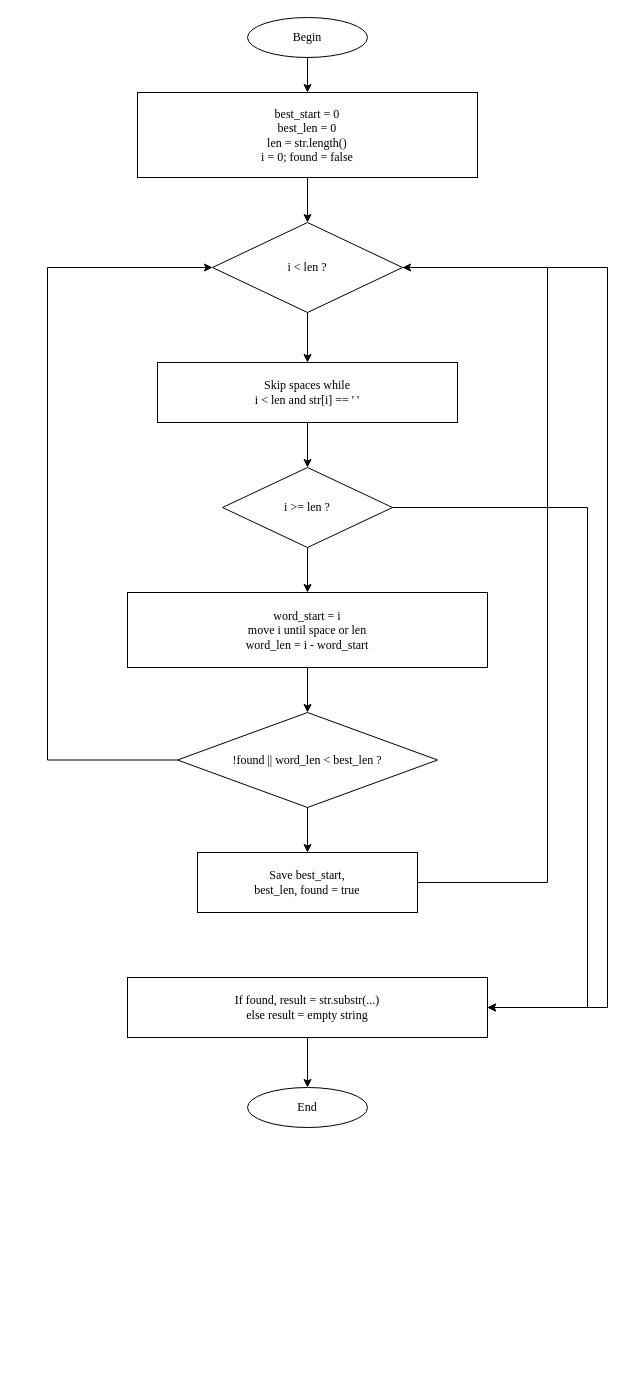
Above: page "shortestWord string" (2 of 3) of LAB2_1/LAB2_1.drawio in st93642/TSI (draw.io), before the change. Source tidied: cells renumbered, new cells numbered last; positions are measured from the earlier drawing's top-left corner, leaving out a move shared by most shapes. Both pictures are drawn from the tidied source at 100%, with x=0, y=0 at pixel (47, 17).
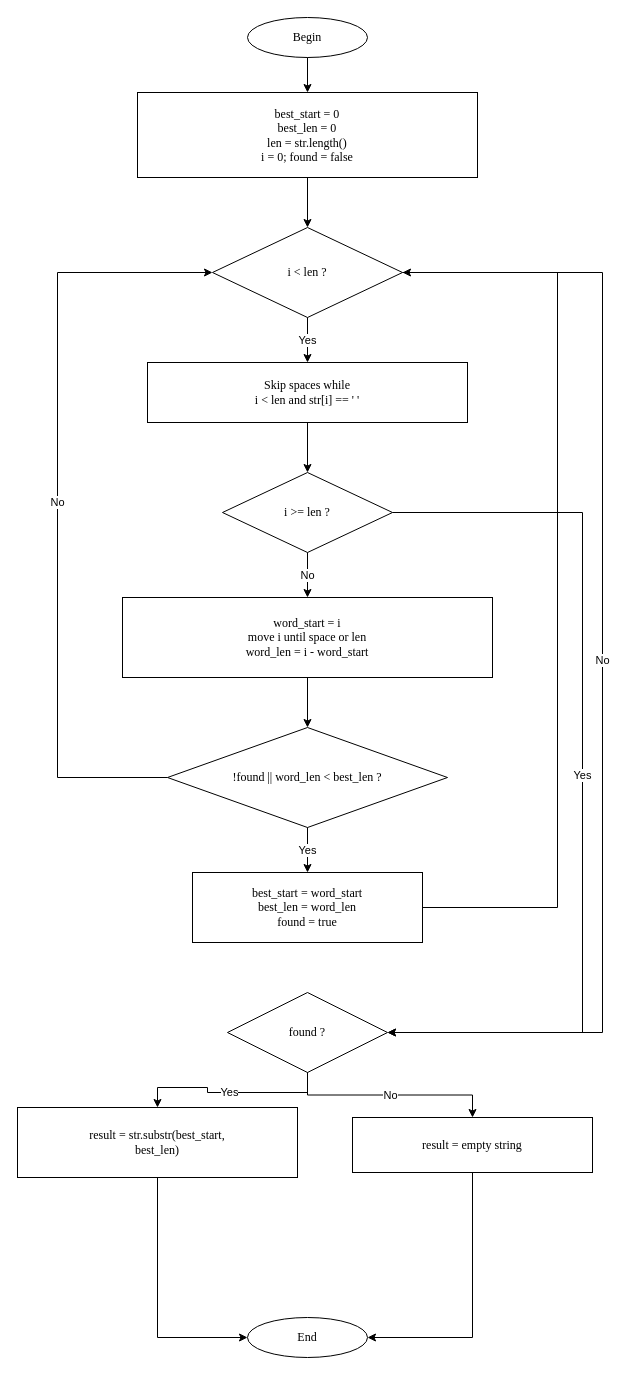
After the change.

Diff of the diagram source:
```diff
@@
     <mxCell id="4" value="i &lt; len ?" style="rhombus;whiteSpace=wrap;html=1;fontFamily=Times New Roman;fontSize=12;" parent="1" vertex="1">
-      <mxGeometry x="165" y="205" width="190" height="90" as="geometry" />
+      <mxGeometry x="165" y="210" width="190" height="90" as="geometry" />
     </mxCell>
     <mxCell id="5" value="Skip spaces while&lt;br&gt;i &lt; len and str[i] == ' '" style="rounded=0;whiteSpace=wrap;html=1;fontFamily=Times New Roman;fontSize=12;" parent="1" vertex="1">
-      <mxGeometry x="110" y="345" width="300" height="60" as="geometry" />
+      <mxGeometry x="100" y="345" width="320" height="60" as="geometry" />
     </mxCell>
     <mxCell id="6" value="i &gt;= len ?" style="rhombus;whiteSpace=wrap;html=1;fontFamily=Times New Roman;fontSize=12;" parent="1" vertex="1">
-      <mxGeometry x="175" y="450" width="170" height="80" as="geometry" />
+      <mxGeometry x="175" y="455" width="170" height="80" as="geometry" />
     </mxCell>
     <mxCell id="7" value="word_start = i&lt;br&gt;move i until space or len&lt;br&gt;word_len = i - word_start" style="rounded=0;whiteSpace=wrap;html=1;fontFamily=Times New Roman;fontSize=12;" parent="1" vertex="1">
-      <mxGeometry x="80" y="575" width="360" height="75" as="geometry" />
+      <mxGeometry x="75" y="580" width="370" height="80" as="geometry" />
     </mxCell>
     <mxCell id="8" value="!found || word_len &lt; best_len ?" style="rhombus;whiteSpace=wrap;html=1;fontFamily=Times New Roman;fontSize=12;" parent="1" vertex="1">
-      <mxGeometry x="130" y="695" width="260" height="95" as="geometry" />
+      <mxGeometry x="120" y="710" width="280" height="100" as="geometry" />
     </mxCell>
-    <mxCell id="9" value="Save best_start,&lt;br&gt;best_len, found = true" style="rounded=0;whiteSpace=wrap;html=1;fontFamily=Times New Roman;fontSize=12;" parent="1" vertex="1">
-      <mxGeometry x="150" y="835" width="220" height="60" as="geometry" />
+    <mxCell id="9" value="best_start = word_start&lt;br&gt;best_len = word_len&lt;br&gt;found = true" style="rounded=0;whiteSpace=wrap;html=1;fontFamily=Times New Roman;fontSize=12;" parent="1" vertex="1">
+      <mxGeometry x="145" y="855" width="230" height="70" as="geometry" />
     </mxCell>
+    <mxCell id="24" value="found ?" style="rhombus;whiteSpace=wrap;html=1;fontFamily=Times New Roman;fontSize=12;" parent="1" vertex="1">
+      <mxGeometry x="180" y="975" width="160" height="80" as="geometry" />
+    </mxCell>
-    <mxCell id="10" value="If found, result = str.substr(...)&lt;br&gt;else result = empty string" style="rounded=0;whiteSpace=wrap;html=1;fontFamily=Times New Roman;fontSize=12;" parent="1" vertex="1">
-      <mxGeometry x="80" y="960" width="360" height="60" as="geometry" />
+    <mxCell id="10" value="result = str.substr(best_start,&lt;br&gt;best_len)" style="rounded=0;whiteSpace=wrap;html=1;fontFamily=Times New Roman;fontSize=12;" parent="1" vertex="1">
+      <mxGeometry x="-30" y="1090" width="280" height="70" as="geometry" />
     </mxCell>
+    <mxCell id="25" value="result = empty string" style="rounded=0;whiteSpace=wrap;html=1;fontFamily=Times New Roman;fontSize=12;" parent="1" vertex="1">
+      <mxGeometry x="305" y="1100" width="240" height="55" as="geometry" />
+    </mxCell>
     <mxCell id="11" value="End" style="ellipse;whiteSpace=wrap;html=1;fontFamily=Times New Roman;fontSize=12;" parent="1" vertex="1">
-      <mxGeometry x="200" y="1070" width="120" height="40" as="geometry" />
+      <mxGeometry x="200" y="1300" width="120" height="40" as="geometry" />
     </mxCell>
@@
-    <mxCell id="14" style="edgeStyle=orthogonalEdgeStyle;rounded=0;jettySize=auto;html=1;" parent="1" edge="1" source="4" target="5">
+    <mxCell id="14" value="Yes" style="edgeStyle=orthogonalEdgeStyle;rounded=0;jettySize=auto;html=1;" parent="1" edge="1" source="4" target="5">
       <mxGeometry relative="1" as="geometry" />
     </mxCell>
@@
-    <mxCell id="16" style="edgeStyle=orthogonalEdgeStyle;rounded=0;jettySize=auto;html=1;" parent="1" edge="1" source="6" target="7">
+    <mxCell id="16" value="No" style="edgeStyle=orthogonalEdgeStyle;rounded=0;jettySize=auto;html=1;" parent="1" edge="1" source="6" target="7">
       <mxGeometry relative="1" as="geometry" />
     </mxCell>
@@
-    <mxCell id="18" style="edgeStyle=orthogonalEdgeStyle;rounded=0;jettySize=auto;html=1;" parent="1" edge="1" source="8" target="9">
+    <mxCell id="18" value="Yes" style="edgeStyle=orthogonalEdgeStyle;rounded=0;jettySize=auto;html=1;" parent="1" edge="1" source="8" target="9">
       <mxGeometry relative="1" as="geometry" />
     </mxCell>
     <mxCell id="19" style="edgeStyle=orthogonalEdgeStyle;rounded=0;jettySize=auto;html=1;" parent="1" edge="1" source="9" target="4">
       <mxGeometry relative="1" as="geometry">
         <Array as="points">
-          <mxPoint x="500" y="865" />
-          <mxPoint x="500" y="250" />
+          <mxPoint x="510" y="890" />
+          <mxPoint x="510" y="255" />
         </Array>
       </mxGeometry>
     </mxCell>
-    <mxCell id="20" style="edgeStyle=orthogonalEdgeStyle;rounded=0;jettySize=auto;html=1;" parent="1" edge="1" source="4" target="10">
+    <mxCell id="20" value="No" style="edgeStyle=orthogonalEdgeStyle;rounded=0;jettySize=auto;html=1;" parent="1" edge="1" source="8" target="4">
       <mxGeometry relative="1" as="geometry">
         <Array as="points">
-          <mxPoint x="560" y="250" />
-          <mxPoint x="560" y="990" />
+          <mxPoint x="10" y="760" />
+          <mxPoint x="10" y="255" />
         </Array>
       </mxGeometry>
     </mxCell>
-    <mxCell id="21" style="edgeStyle=orthogonalEdgeStyle;rounded=0;jettySize=auto;html=1;" parent="1" edge="1" source="6" target="10">
+    <mxCell id="21" value="No" style="edgeStyle=orthogonalEdgeStyle;rounded=0;jettySize=auto;html=1;" parent="1" edge="1" source="4" target="24">
       <mxGeometry relative="1" as="geometry">
         <Array as="points">
-          <mxPoint x="540" y="490" />
-          <mxPoint x="540" y="990" />
+          <mxPoint x="555" y="255" />
+          <mxPoint x="555" y="1015" />
         </Array>
       </mxGeometry>
     </mxCell>
-    <mxCell id="22" style="edgeStyle=orthogonalEdgeStyle;rounded=0;jettySize=auto;html=1;" parent="1" edge="1" source="8" target="4">
+    <mxCell id="22" value="Yes" style="edgeStyle=orthogonalEdgeStyle;rounded=0;jettySize=auto;html=1;" parent="1" edge="1" source="6" target="24">
       <mxGeometry relative="1" as="geometry">
         <Array as="points">
-          <mxPoint y="742" />
-          <mxPoint y="250" />
+          <mxPoint x="535" y="495" />
+          <mxPoint x="535" y="1015" />
         </Array>
       </mxGeometry>
     </mxCell>
-    <mxCell id="23" style="edgeStyle=orthogonalEdgeStyle;rounded=0;jettySize=auto;html=1;" parent="1" edge="1" source="10" target="11">
+    <mxCell id="23" value="Yes" style="edgeStyle=orthogonalEdgeStyle;rounded=0;jettySize=auto;html=1;" parent="1" edge="1" source="24" target="10">
       <mxGeometry relative="1" as="geometry" />
     </mxCell>
+    <mxCell id="26" value="No" style="edgeStyle=orthogonalEdgeStyle;rounded=0;jettySize=auto;html=1;" parent="1" edge="1" source="24" target="25">
+      <mxGeometry relative="1" as="geometry" />
+    </mxCell>
+    <mxCell id="27" style="edgeStyle=orthogonalEdgeStyle;rounded=0;jettySize=auto;html=1;" parent="1" edge="1" source="10" target="11">
+      <mxGeometry relative="1" as="geometry">
+        <Array as="points">
+          <mxPoint x="110" y="1320" />
+        </Array>
+      </mxGeometry>
+    </mxCell>
+    <mxCell id="28" style="edgeStyle=orthogonalEdgeStyle;rounded=0;jettySize=auto;html=1;" parent="1" edge="1" source="25" target="11">
+      <mxGeometry relative="1" as="geometry">
+        <Array as="points">
+          <mxPoint x="425" y="1320" />
+        </Array>
+      </mxGeometry>
+    </mxCell>
```
